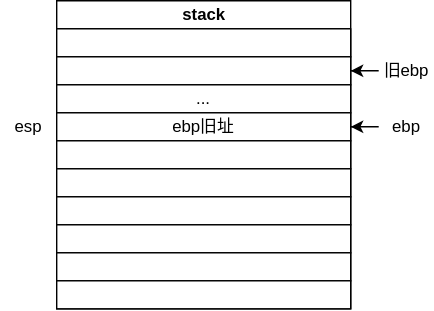
Stolorzs/Picgo keeps this draw.io diagram as drawio/x86callFunc.drawio.svg. Above is the earlier version. Source tidied: cells renumbered, new cells last; positions are measured from the earlier drawing's top-left corner, leaving out a move shared by most shapes.
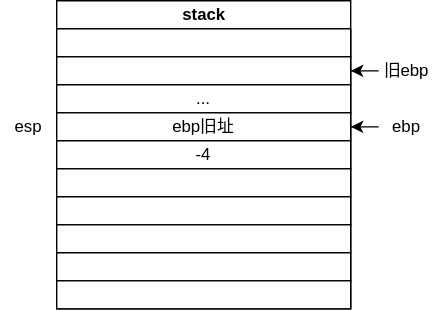
After the commit.

Change to the diagram source:
```diff
@@ -17,7 +17,7 @@
     <mxCell id="6" value="ebp旧址" style="rounded=0;whiteSpace=wrap;html=1;" parent="2" vertex="1">
       <mxGeometry y="80" width="210" height="20" as="geometry" />
     </mxCell>
-    <mxCell id="7" style="rounded=0;whiteSpace=wrap;html=1;" parent="2" vertex="1">
+    <mxCell id="7" value="-4" style="rounded=0;whiteSpace=wrap;html=1;" parent="2" vertex="1">
       <mxGeometry y="100" width="210" height="20" as="geometry" />
     </mxCell>
     <mxCell id="8" style="rounded=0;whiteSpace=wrap;html=1;" parent="2" vertex="1">
```
